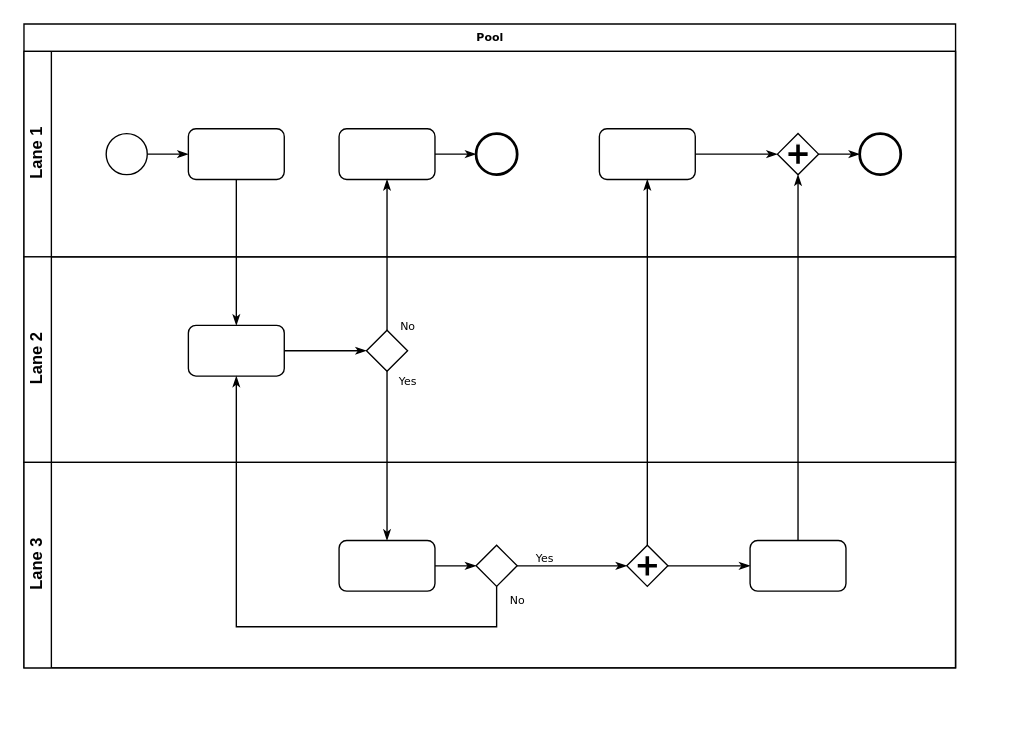
Raslabon/flowcharts keeps this draw.io diagram as ex 6 binary.drawio. Above is the earlier version. Source tidied: cells renumbered, new cells numbered last; positions are measured from the earlier drawing's top-left corner, leaving out a move shared by most shapes. Both pictures are drawn from the tidied source at 137%, with x=0, y=0 at pixel (23, 23).
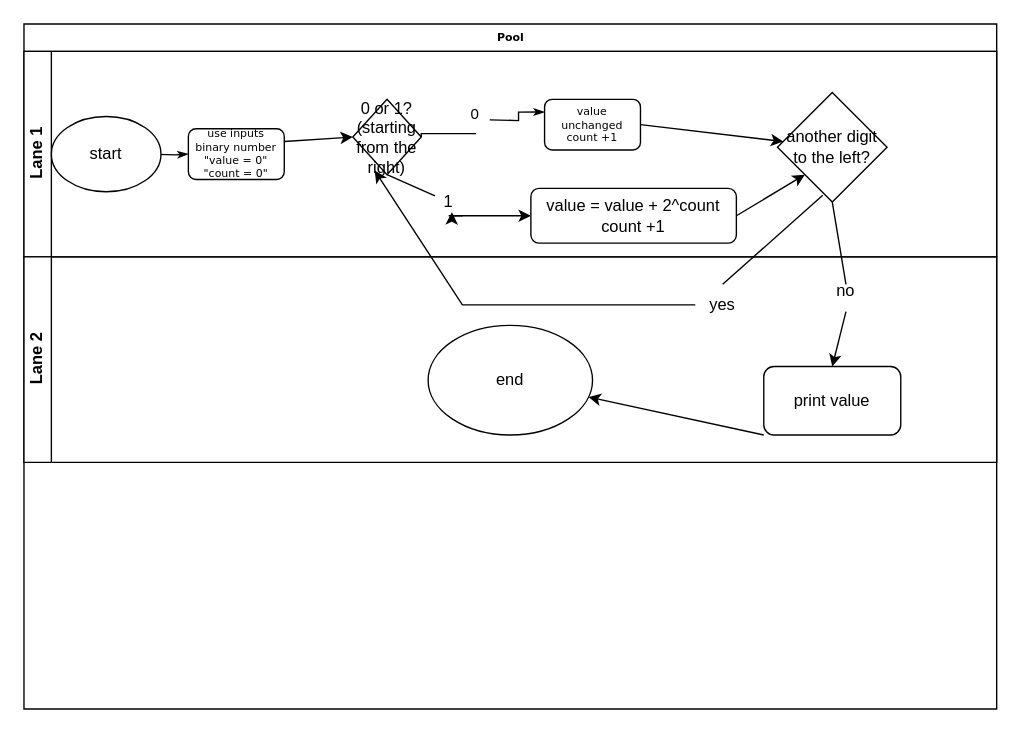
The same page after the edit.

Diff of the diagram source:
```diff
@@
     <mxCell id="2" value="Pool" style="swimlane;html=1;horizontal=1;startSize=20;rounded=0;shadow=0;labelBackgroundColor=none;strokeWidth=1;fontFamily=Verdana;fontSize=8;align=center;" parent="1" vertex="1">
-      <mxGeometry width="680" height="470" as="geometry" />
+      <mxGeometry width="710" height="500" as="geometry" />
     </mxCell>
     <mxCell id="3" value="Lane 1" style="swimlane;html=1;startSize=20;horizontal=0;" parent="2" vertex="1">
-      <mxGeometry y="20" width="680" height="150" as="geometry" />
+      <mxGeometry y="20" width="710" height="150" as="geometry" />
     </mxCell>
-    <mxCell id="4" style="edgeStyle=orthogonalEdgeStyle;rounded=0;html=1;labelBackgroundColor=none;startArrow=none;startFill=0;startSize=5;endArrow=classicThin;endFill=1;endSize=5;jettySize=auto;strokeWidth=1;fontFamily=Verdana;fontSize=8;" parent="3" edge="1" source="5" target="6">
-      <mxGeometry relative="1" as="geometry" />
+    <mxCell id="4" style="edgeStyle=orthogonalEdgeStyle;rounded=0;html=1;labelBackgroundColor=none;startArrow=none;startFill=0;startSize=5;endArrow=classicThin;endFill=1;endSize=5;jettySize=auto;strokeWidth=1;fontFamily=Verdana;fontSize=8;" parent="3" edge="1" target="6">
+      <mxGeometry relative="1" as="geometry">
+        <mxPoint x="90" y="75" as="sourcePoint" />
+      </mxGeometry>
     </mxCell>
-    <mxCell id="5" style="ellipse;whiteSpace=wrap;html=1;rounded=0;shadow=0;labelBackgroundColor=none;strokeWidth=1;fontFamily=Verdana;fontSize=8;align=center;" parent="3" vertex="1">
-      <mxGeometry x="60" y="60" width="30" height="30" as="geometry" />
-    </mxCell>
-    <mxCell id="6" style="rounded=1;whiteSpace=wrap;html=1;shadow=0;labelBackgroundColor=none;strokeWidth=1;fontFamily=Verdana;fontSize=8;align=center;" parent="3" vertex="1">
+    <mxCell id="6" value="&lt;div&gt;use inputs binary number&lt;/div&gt;&lt;div&gt;&quot;value = 0&quot;&lt;/div&gt;&lt;div&gt;&quot;count = 0&quot;&lt;br&gt;&lt;/div&gt;" style="rounded=1;whiteSpace=wrap;html=1;shadow=0;labelBackgroundColor=none;strokeWidth=1;fontFamily=Verdana;fontSize=8;align=center;" parent="3" vertex="1">
       <mxGeometry x="120" y="56.5" width="70" height="37" as="geometry" />
     </mxCell>
-    <mxCell id="7" style="edgeStyle=orthogonalEdgeStyle;rounded=0;html=1;labelBackgroundColor=none;startArrow=none;startFill=0;startSize=5;endArrow=classicThin;endFill=1;endSize=5;jettySize=auto;strokeWidth=1;fontFamily=Verdana;fontSize=8;" parent="3" edge="1" source="8" target="9">
-      <mxGeometry relative="1" as="geometry" />
+    <mxCell id="7" style="edgeStyle=orthogonalEdgeStyle;rounded=0;html=1;labelBackgroundColor=none;startArrow=none;startFill=0;startSize=5;endArrow=classicThin;endFill=1;endSize=5;jettySize=auto;strokeWidth=1;fontFamily=Verdana;fontSize=8;entryX=0;entryY=0.25;entryDx=0;entryDy=0;" parent="3" edge="1" target="11">
+      <mxGeometry relative="1" as="geometry">
+        <mxPoint x="340" y="50" as="sourcePoint" />
+      </mxGeometry>
     </mxCell>
-    <mxCell id="8" style="rounded=1;whiteSpace=wrap;html=1;shadow=0;labelBackgroundColor=none;strokeWidth=1;fontFamily=Verdana;fontSize=8;align=center;" parent="3" vertex="1">
-      <mxGeometry x="230" y="56.5" width="70" height="37" as="geometry" />
-    </mxCell>
-    <mxCell id="9" style="ellipse;whiteSpace=wrap;html=1;rounded=0;shadow=0;labelBackgroundColor=none;strokeWidth=2;fontFamily=Verdana;fontSize=8;align=center;" parent="3" vertex="1">
-      <mxGeometry x="330" y="60" width="30" height="30" as="geometry" />
-    </mxCell>
-    <mxCell id="10" style="edgeStyle=orthogonalEdgeStyle;rounded=0;html=1;entryX=0;entryY=0.5;labelBackgroundColor=none;startArrow=none;startFill=0;startSize=5;endArrow=classicThin;endFill=1;endSize=5;jettySize=auto;strokeWidth=1;fontFamily=Verdana;fontSize=8;" parent="3" edge="1" source="11" target="13">
-      <mxGeometry relative="1" as="geometry" />
-    </mxCell>
-    <mxCell id="11" style="rounded=1;whiteSpace=wrap;html=1;shadow=0;labelBackgroundColor=none;strokeWidth=1;fontFamily=Verdana;fontSize=8;align=center;" parent="3" vertex="1">
-      <mxGeometry x="420" y="56.5" width="70" height="37" as="geometry" />
+    <mxCell id="11" value="&lt;div&gt;value unchanged&lt;/div&gt;&lt;div&gt;count +1&lt;br&gt;&lt;/div&gt;" style="rounded=1;whiteSpace=wrap;html=1;shadow=0;labelBackgroundColor=none;strokeWidth=1;fontFamily=Verdana;fontSize=8;align=center;" parent="3" vertex="1">
+      <mxGeometry x="380" y="35" width="70" height="37" as="geometry" />
     </mxCell>
-    <mxCell id="12" style="edgeStyle=orthogonalEdgeStyle;rounded=0;html=1;labelBackgroundColor=none;startArrow=none;startFill=0;startSize=5;endArrow=classicThin;endFill=1;endSize=5;jettySize=auto;strokeWidth=1;fontFamily=Verdana;fontSize=8;" parent="3" edge="1" source="13" target="14">
-      <mxGeometry relative="1" as="geometry" />
-    </mxCell>
-    <mxCell id="13" style="shape=mxgraph.bpmn.shape;html=1;verticalLabelPosition=bottom;labelBackgroundColor=#ffffff;verticalAlign=top;perimeter=rhombusPerimeter;background=gateway;outline=none;symbol=parallelGw;rounded=1;shadow=0;strokeWidth=1;fontFamily=Verdana;fontSize=8;align=center;" parent="3" vertex="1">
-      <mxGeometry x="550" y="60" width="30" height="30" as="geometry" />
-    </mxCell>
-    <mxCell id="14" style="ellipse;whiteSpace=wrap;html=1;rounded=0;shadow=0;labelBackgroundColor=none;strokeWidth=2;fontFamily=Verdana;fontSize=8;align=center;" parent="3" vertex="1">
-      <mxGeometry x="610" y="60" width="30" height="30" as="geometry" />
-    </mxCell>
+    <mxCell id="33" value="start" style="ellipse;whiteSpace=wrap;html=1;" parent="3" vertex="1">
+      <mxGeometry x="20" y="47.5" width="80" height="55" as="geometry" />
+    </mxCell>
+    <mxCell id="34" style="endArrow=classic;html=1;rounded=0;exitX=1;exitY=0.25;exitDx=0;exitDy=0;entryX=0;entryY=0.5;entryDx=0;entryDy=0;" parent="3" edge="1" source="6" target="35">
+      <mxGeometry relative="1" as="geometry" />
+    </mxCell>
+    <mxCell id="35" value="0 or 1? (starting from the right)" style="rhombus;whiteSpace=wrap;html=1;" parent="3" vertex="1">
+      <mxGeometry x="240" y="35" width="50" height="55" as="geometry" />
+    </mxCell>
+    <mxCell id="36" style="edgeStyle=orthogonalEdgeStyle;rounded=0;html=1;labelBackgroundColor=none;startArrow=none;startFill=0;startSize=5;endArrow=none;endFill=1;endSize=5;jettySize=auto;strokeWidth=1;fontFamily=Verdana;fontSize=8;exitX=1;exitY=0.5;exitDx=0;exitDy=0;" parent="3" edge="1" source="35">
+      <mxGeometry relative="1" as="geometry">
+        <mxPoint x="330" y="60" as="targetPoint" />
+        <Array as="points">
+          <mxPoint x="290" y="60" />
+          <mxPoint x="310" y="60" />
+        </Array>
+      </mxGeometry>
+    </mxCell>
+    <mxCell id="37" value="0" style="edgeLabel;html=1;align=center;verticalAlign=middle;" parent="36" vertex="1">
+      <mxGeometry x="0.45" y="10" relative="1" as="geometry">
+        <mxPoint x="10" y="-5" as="offset" />
+      </mxGeometry>
+    </mxCell>
+    <mxCell id="38" style="endArrow=classic;html=1;rounded=0;exitX=0.5;exitY=1;exitDx=0;exitDy=0;startArrow=none;" parent="3" edge="1" source="39">
+      <mxGeometry relative="1" as="geometry">
+        <mxPoint x="370" y="120" as="targetPoint" />
+      </mxGeometry>
+    </mxCell>
+    <mxCell id="39" value="1" style="text;html=1;strokeColor=none;fillColor=none;align=center;verticalAlign=middle;whiteSpace=wrap;rounded=0;" parent="3" vertex="1">
+      <mxGeometry x="300" y="100" width="20" height="20" as="geometry" />
+    </mxCell>
+    <mxCell id="40" style="endArrow=none;html=1;rounded=0;exitX=0.5;exitY=1;exitDx=0;exitDy=0;" parent="3" edge="1" source="35" target="39">
+      <mxGeometry relative="1" as="geometry" />
+    </mxCell>
+    <mxCell id="41" style="edgeStyle=orthogonalEdgeStyle;rounded=0;orthogonalLoop=1;jettySize=auto;html=1;exitX=1;exitY=1;exitDx=0;exitDy=0;entryX=0.617;entryY=0.867;entryDx=0;entryDy=0;entryPerimeter=0;" parent="3" edge="1" source="39" target="39">
+      <mxGeometry relative="1" as="geometry" />
+    </mxCell>
+    <mxCell id="42" value="&lt;div&gt;value = value + 2^count&lt;/div&gt;&lt;div&gt;count +1&lt;br&gt;&lt;/div&gt;" style="rounded=1;whiteSpace=wrap;html=1;" parent="3" vertex="1">
+      <mxGeometry x="370" y="100" width="150" height="40" as="geometry" />
+    </mxCell>
+    <mxCell id="43" value="another digit to the left?" style="rhombus;whiteSpace=wrap;html=1;" parent="3" vertex="1">
+      <mxGeometry x="550" y="30" width="80" height="80" as="geometry" />
+    </mxCell>
+    <mxCell id="44" style="endArrow=classic;html=1;rounded=0;exitX=1;exitY=0.5;exitDx=0;exitDy=0;" parent="3" edge="1" source="11" target="43">
+      <mxGeometry relative="1" as="geometry" />
+    </mxCell>
+    <mxCell id="45" style="endArrow=classic;html=1;rounded=0;exitX=1;exitY=0.5;exitDx=0;exitDy=0;entryX=0;entryY=1;entryDx=0;entryDy=0;" parent="3" edge="1" source="42" target="43">
+      <mxGeometry relative="1" as="geometry" />
+    </mxCell>
     <mxCell id="15" value="Lane 2" style="swimlane;html=1;startSize=20;horizontal=0;" parent="2" vertex="1">
-      <mxGeometry y="170" width="680" height="150" as="geometry" />
+      <mxGeometry y="170" width="710" height="150" as="geometry" />
     </mxCell>
-    <mxCell id="16" style="edgeStyle=orthogonalEdgeStyle;rounded=0;html=1;labelBackgroundColor=none;startArrow=none;startFill=0;startSize=5;endArrow=classicThin;endFill=1;endSize=5;jettySize=auto;strokeWidth=1;fontFamily=Verdana;fontSize=8;" parent="15" edge="1" source="17" target="18">
-      <mxGeometry relative="1" as="geometry" />
-    </mxCell>
-    <mxCell id="17" style="rounded=1;whiteSpace=wrap;html=1;shadow=0;labelBackgroundColor=none;strokeWidth=1;fontFamily=Verdana;fontSize=8;align=center;" parent="15" vertex="1">
-      <mxGeometry x="120" y="50" width="70" height="37" as="geometry" />
-    </mxCell>
-    <mxCell id="18" style="strokeWidth=1;html=1;shape=mxgraph.flowchart.decision;whiteSpace=wrap;rounded=1;shadow=0;labelBackgroundColor=none;fontFamily=Verdana;fontSize=8;align=center;" parent="15" vertex="1">
-      <mxGeometry x="250" y="53.5" width="30" height="30" as="geometry" />
-    </mxCell>
-    <mxCell id="19" value="Lane 3" style="swimlane;html=1;startSize=20;horizontal=0;" parent="2" vertex="1">
-      <mxGeometry y="320" width="680" height="150" as="geometry" />
-    </mxCell>
-    <mxCell id="20" style="edgeStyle=orthogonalEdgeStyle;rounded=0;html=1;labelBackgroundColor=none;startArrow=none;startFill=0;startSize=5;endArrow=classicThin;endFill=1;endSize=5;jettySize=auto;strokeWidth=1;fontFamily=Verdana;fontSize=8;" parent="19" edge="1" source="21" target="23">
-      <mxGeometry relative="1" as="geometry" />
-    </mxCell>
-    <mxCell id="21" style="rounded=1;whiteSpace=wrap;html=1;shadow=0;labelBackgroundColor=none;strokeWidth=1;fontFamily=Verdana;fontSize=8;align=center;" parent="19" vertex="1">
-      <mxGeometry x="230" y="57" width="70" height="37" as="geometry" />
-    </mxCell>
-    <mxCell id="22" value="Yes" style="edgeStyle=orthogonalEdgeStyle;rounded=0;html=1;entryX=0;entryY=0.5;labelBackgroundColor=none;startArrow=none;startFill=0;startSize=5;endArrow=classicThin;endFill=1;endSize=5;jettySize=auto;strokeWidth=1;fontFamily=Verdana;fontSize=8;" parent="19" edge="1" source="23" target="25">
-      <mxGeometry x="-0.5" y="6" relative="1" as="geometry" />
-    </mxCell>
-    <mxCell id="23" style="strokeWidth=1;html=1;shape=mxgraph.flowchart.decision;whiteSpace=wrap;rounded=1;shadow=0;labelBackgroundColor=none;fontFamily=Verdana;fontSize=8;align=center;" parent="19" vertex="1">
-      <mxGeometry x="330" y="60.5" width="30" height="30" as="geometry" />
-    </mxCell>
-    <mxCell id="24" style="edgeStyle=orthogonalEdgeStyle;rounded=0;html=1;labelBackgroundColor=none;startArrow=none;startFill=0;startSize=5;endArrow=classicThin;endFill=1;endSize=5;jettySize=auto;strokeColor=#000000;strokeWidth=1;fontFamily=Verdana;fontSize=8;fontColor=#000000;" parent="19" edge="1" source="25" target="26">
-      <mxGeometry relative="1" as="geometry" />
-    </mxCell>
-    <mxCell id="25" style="shape=mxgraph.bpmn.shape;html=1;verticalLabelPosition=bottom;labelBackgroundColor=#ffffff;verticalAlign=top;perimeter=rhombusPerimeter;background=gateway;outline=none;symbol=parallelGw;rounded=1;shadow=0;strokeWidth=1;fontFamily=Verdana;fontSize=8;align=center;" parent="19" vertex="1">
-      <mxGeometry x="440" y="60.5" width="30" height="30" as="geometry" />
-    </mxCell>
-    <mxCell id="26" style="rounded=1;whiteSpace=wrap;html=1;shadow=0;labelBackgroundColor=none;strokeWidth=1;fontFamily=Verdana;fontSize=8;align=center;" parent="19" vertex="1">
-      <mxGeometry x="530" y="57" width="70" height="37" as="geometry" />
-    </mxCell>
-    <mxCell id="27" style="edgeStyle=orthogonalEdgeStyle;rounded=0;html=1;labelBackgroundColor=none;startArrow=none;startFill=0;startSize=5;endArrow=classicThin;endFill=1;endSize=5;jettySize=auto;strokeWidth=1;fontFamily=Verdana;fontSize=8;" parent="2" edge="1" source="6" target="17">
-      <mxGeometry relative="1" as="geometry" />
-    </mxCell>
-    <mxCell id="28" value="No" style="edgeStyle=orthogonalEdgeStyle;rounded=0;html=1;labelBackgroundColor=none;startArrow=none;startFill=0;startSize=5;endArrow=classicThin;endFill=1;endSize=5;jettySize=auto;strokeWidth=1;fontFamily=Verdana;fontSize=8;" parent="2" edge="1" source="18" target="8">
-      <mxGeometry x="-0.94" y="-15" relative="1" as="geometry" />
-    </mxCell>
-    <mxCell id="29" value="Yes" style="edgeStyle=orthogonalEdgeStyle;rounded=0;html=1;labelBackgroundColor=none;startArrow=none;startFill=0;startSize=5;endArrow=classicThin;endFill=1;endSize=5;jettySize=auto;strokeWidth=1;fontFamily=Verdana;fontSize=8;" parent="2" edge="1" source="18" target="21">
-      <mxGeometry x="-0.89" y="15" relative="1" as="geometry" />
-    </mxCell>
-    <mxCell id="30" style="edgeStyle=orthogonalEdgeStyle;rounded=0;html=1;entryX=0.5;entryY=1;labelBackgroundColor=none;startArrow=none;startFill=0;startSize=5;endArrow=classicThin;endFill=1;endSize=5;jettySize=auto;strokeWidth=1;fontFamily=Verdana;fontSize=8;" parent="2" edge="1" source="26" target="13">
-      <mxGeometry relative="1" as="geometry" />
-    </mxCell>
-    <mxCell id="31" value="No" style="edgeStyle=orthogonalEdgeStyle;rounded=0;html=1;labelBackgroundColor=none;startArrow=none;startFill=0;startSize=5;endArrow=classicThin;endFill=1;endSize=5;jettySize=auto;strokeWidth=1;fontFamily=Verdana;fontSize=8;" parent="2" edge="1" source="23" target="17">
-      <mxGeometry x="-0.95" y="15" relative="1" as="geometry">
-        <Array as="points">
-          <mxPoint x="345" y="440" />
-          <mxPoint x="155" y="440" />
-        </Array>
-      </mxGeometry>
-    </mxCell>
-    <mxCell id="32" style="edgeStyle=orthogonalEdgeStyle;rounded=0;html=1;labelBackgroundColor=none;startArrow=none;startFill=0;startSize=5;endArrow=classicThin;endFill=1;endSize=5;jettySize=auto;strokeWidth=1;fontFamily=Verdana;fontSize=8;" parent="2" edge="1" source="25" target="11">
-      <mxGeometry relative="1" as="geometry" />
-    </mxCell>
+    <mxCell id="46" value="print value" style="rounded=1;whiteSpace=wrap;html=1;" parent="15" vertex="1">
+      <mxGeometry x="540" y="80" width="100" height="50" as="geometry" />
+    </mxCell>
+    <mxCell id="47" value="no" style="text;html=1;strokeColor=none;fillColor=none;align=center;verticalAlign=middle;whiteSpace=wrap;rounded=0;" parent="15" vertex="1">
+      <mxGeometry x="570" y="10" width="60" height="30" as="geometry" />
+    </mxCell>
+    <mxCell id="48" value="yes" style="text;html=1;strokeColor=none;fillColor=none;align=center;verticalAlign=middle;whiteSpace=wrap;rounded=0;" parent="15" vertex="1">
+      <mxGeometry x="490" y="20" width="40" height="30" as="geometry" />
+    </mxCell>
+    <mxCell id="49" value="end" style="ellipse;whiteSpace=wrap;html=1;" parent="15" vertex="1">
+      <mxGeometry x="295" y="50" width="120" height="80" as="geometry" />
+    </mxCell>
+    <mxCell id="50" style="endArrow=classic;html=1;rounded=0;exitX=0;exitY=1;exitDx=0;exitDy=0;" parent="15" edge="1" source="46" target="49">
+      <mxGeometry relative="1" as="geometry" />
+    </mxCell>
+    <mxCell id="51" style="endArrow=classic;html=1;rounded=0;entryX=0.5;entryY=0;entryDx=0;entryDy=0;startArrow=none;" parent="2" edge="1" target="46">
+      <mxGeometry relative="1" as="geometry">
+        <mxPoint x="600" y="210" as="sourcePoint" />
+      </mxGeometry>
+    </mxCell>
+    <mxCell id="52" style="endArrow=none;html=1;rounded=0;exitX=0.5;exitY=1;exitDx=0;exitDy=0;" parent="2" edge="1" source="43">
+      <mxGeometry relative="1" as="geometry">
+        <mxPoint x="600" y="190" as="targetPoint" />
+      </mxGeometry>
+    </mxCell>
+    <mxCell id="53" style="endArrow=none;html=1;rounded=0;exitX=0.413;exitY=0.938;exitDx=0;exitDy=0;exitPerimeter=0;entryX=0.5;entryY=0;entryDx=0;entryDy=0;" parent="2" edge="1" source="43" target="48">
+      <mxGeometry relative="1" as="geometry" />
+    </mxCell>
+    <mxCell id="54" style="endArrow=classic;html=1;rounded=0;startArrow=none;entryX=0.32;entryY=0.945;entryDx=0;entryDy=0;entryPerimeter=0;" parent="2" edge="1" source="48" target="35">
+      <mxGeometry relative="1" as="geometry">
+        <Array as="points">
+          <mxPoint x="320" y="205" />
+        </Array>
+      </mxGeometry>
+    </mxCell>
```
